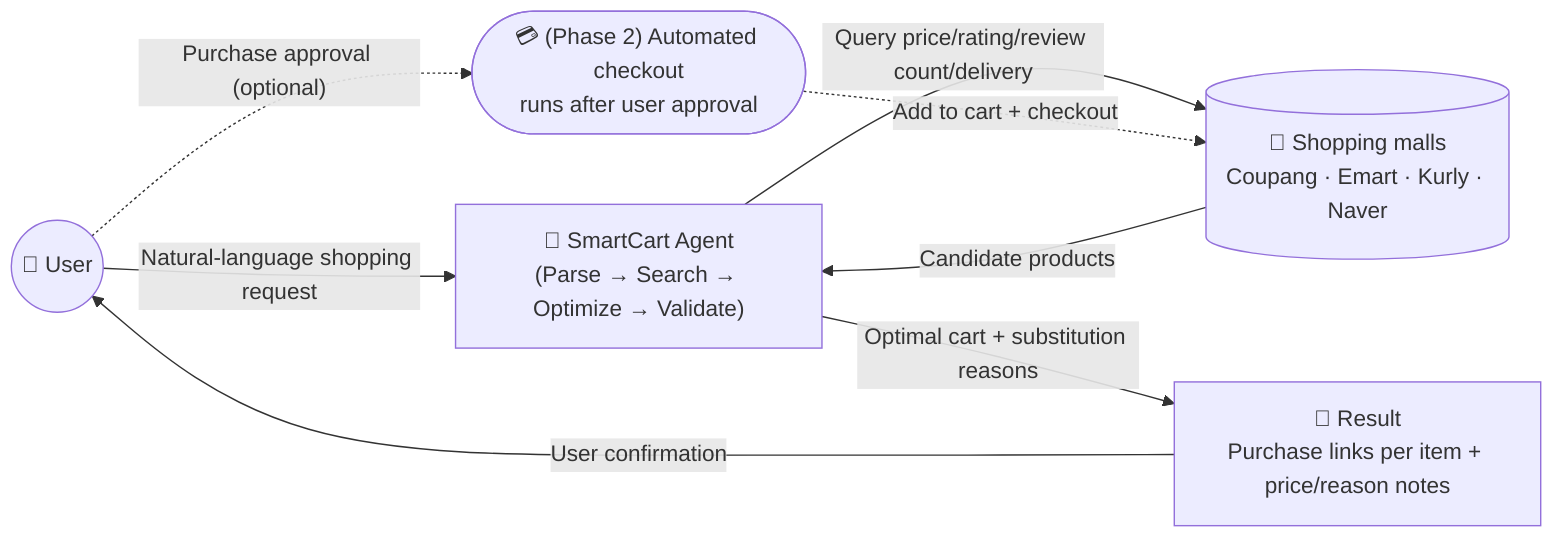
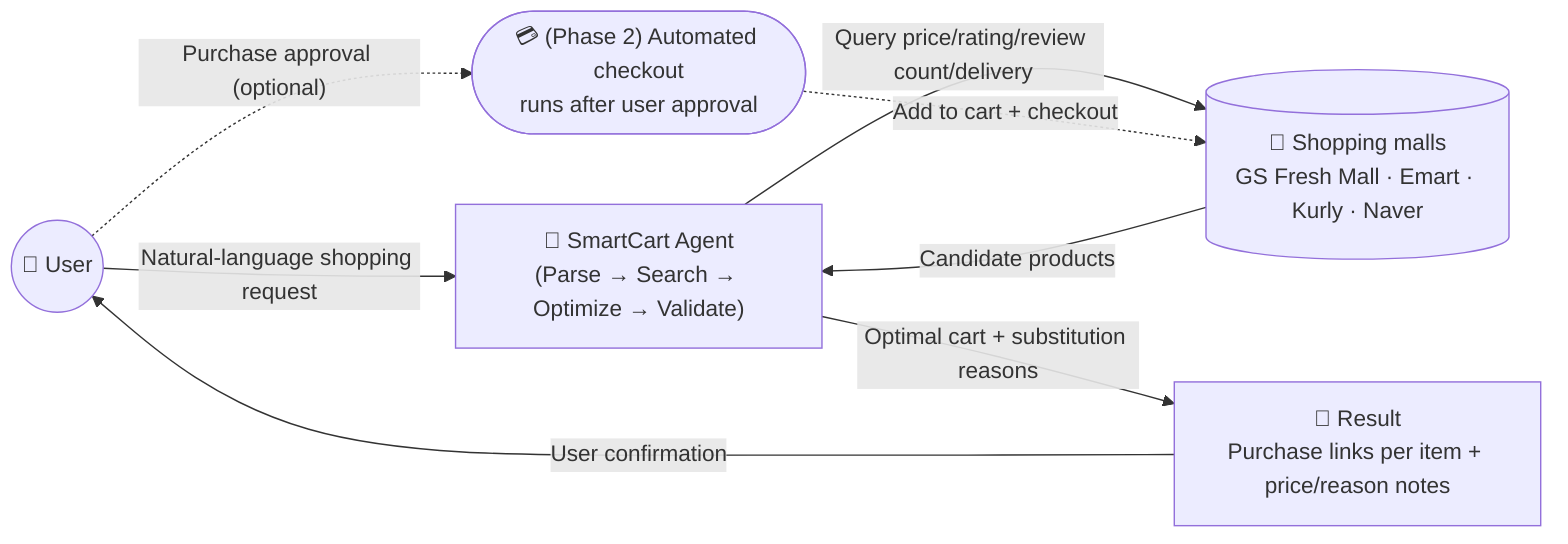
flowchart LR
    User(("🙋 User"))
    Agent["🤖 SmartCart Agent<br/>(Parse → Search → Optimize → Validate)"]
-     Malls[("🏬 Shopping malls<br/>Coupang · Emart · Kurly · Naver")]
+     Malls[("🏬 Shopping malls<br/>GS Fresh Mall · Emart · Kurly · Naver")]
    Result["🔗 Result<br/>Purchase links per item + price/reason notes"]
    Checkout(["💳 (Phase 2) Automated checkout<br/>runs after user approval"])

    User -- "Natural-language shopping request" --> Agent
    Agent -- "Query price/rating/review count/delivery" --> Malls
    Malls -- "Candidate products" --> Agent
    Agent -- "Optimal cart + substitution reasons" --> Result
    Result -- "User confirmation" --> User
    User -. "Purchase approval (optional)" .-> Checkout
    Checkout -. "Add to cart + checkout" .-> Malls
